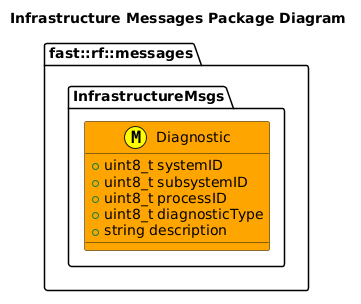
This is msgs/InfrastructureMsgs/doc/puml/InfrastructureMessagesClassDiagram.png from fastrobotics/robot_framework, a PlantUML export, as it was before one commit.
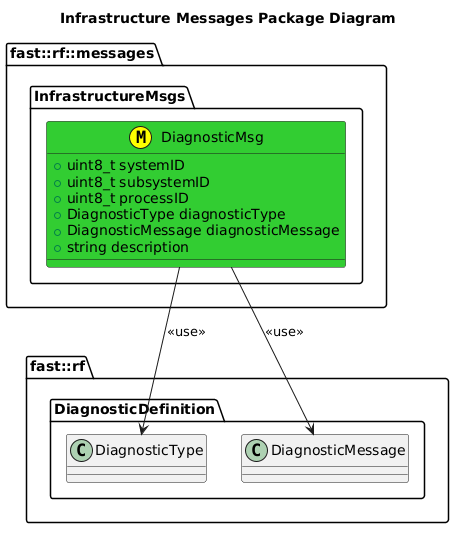
The same file after the commit.

Change to the diagram source:
```diff
@@ -1,17 +1,26 @@
 @startuml
 title Infrastructure Messages Package Diagram
+namespace fast::rf {
+  namespace DiagnosticDefinition {
+    class DiagnosticType
+    class DiagnosticMessage
+  }
 
+}
 namespace fast::rf::messages {
   namespace InfrastructureMsgs  {
-    class Diagnostic <<(M,#FFFF00)>> #Orange {
+    class DiagnosticMsg <<(M,#FFFF00)>> #LimeGreen {
       +uint8_t systemID
       +uint8_t subsystemID
       +uint8_t processID
-      +uint8_t diagnosticType
+      +DiagnosticType diagnosticType
+      +DiagnosticMessage diagnosticMessage
       +string description
 
 
     }
+    DiagnosticMsg --> DiagnosticType: <<use>>
+    DiagnosticMsg --> DiagnosticMessage: <<use>>
   }
 }
 @enduml
```
